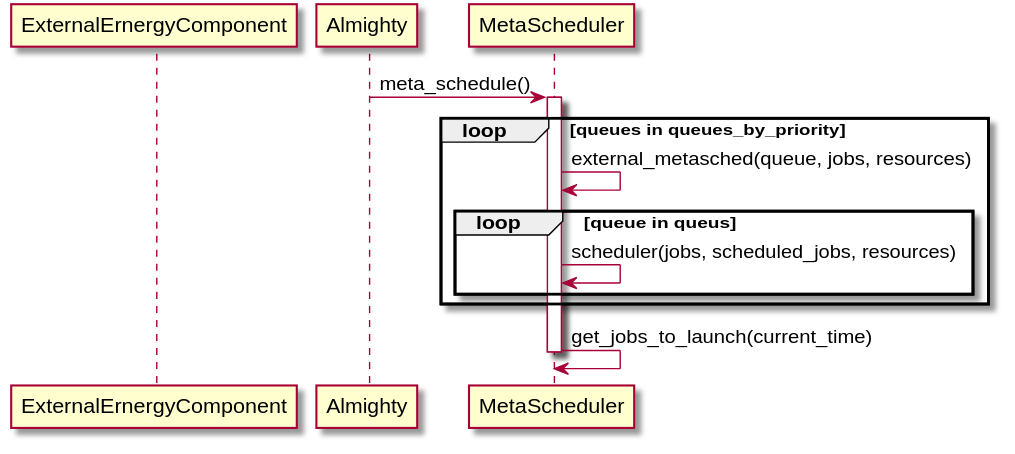
oar-team/oar3 keeps this PlantUML diagram as docs/_static/oar_metasched.svg. Above is the earlier version.
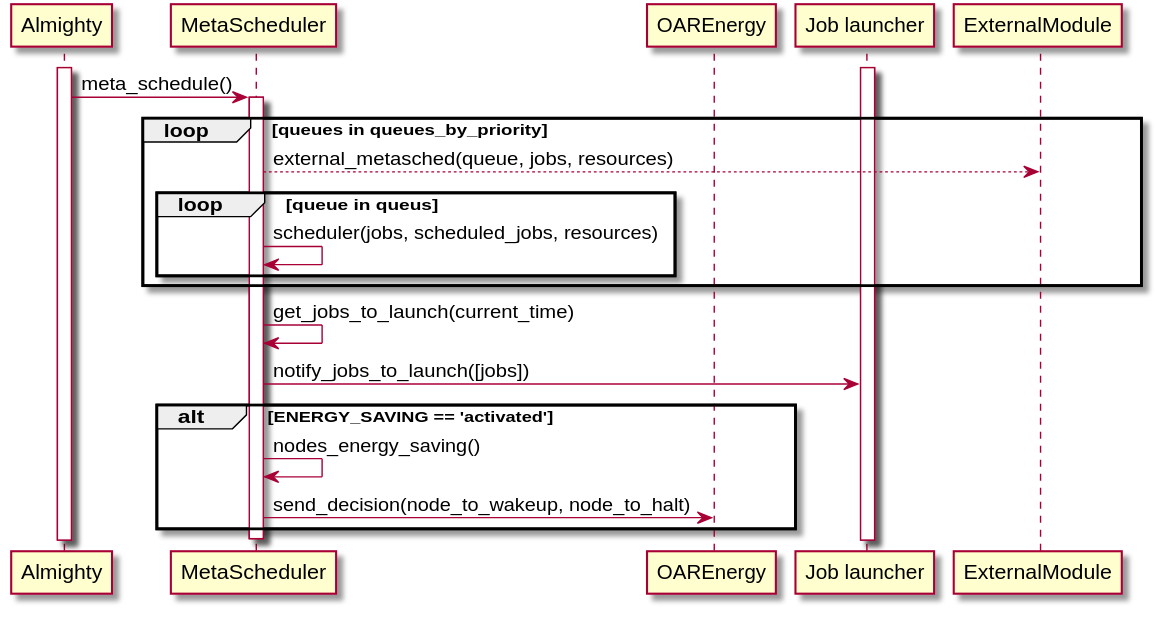
After the change.

Commit message:
[docs] start meta_sched diagram

The edit, as a diff of the source:
```diff
@@ -1,19 +1,29 @@
 @startuml
-participant ExternalErnergyComponent as ear
 participant Almighty as alm
 participant MetaScheduler as kao
+participant "OAREnergy" as hulot
+participant "Job launcher" as bipbipc
+participant ExternalModule as ear
+
+alm++
+bipbipc++
 
 alm -> kao++: meta_schedule()
 
 loop queues in queues_by_priority
-  kao -> kao: external_metasched(queue, jobs, resources)
+kao --> ear: external_metasched(queue, jobs, resources)
   loop queue in queus
     kao -> kao: scheduler(jobs, scheduled_jobs, resources)
   end
 end
 
 kao -> kao: get_jobs_to_launch(current_time)
+kao -> bipbipc: notify_jobs_to_launch([jobs])
+
+alt ENERGY_SAVING == 'activated'
+  kao -> kao: nodes_energy_saving()
+  kao -> hulot: send_decision(node_to_wakeup, node_to_halt)
+end
 
 kao--
-
 @endumlgo
```
